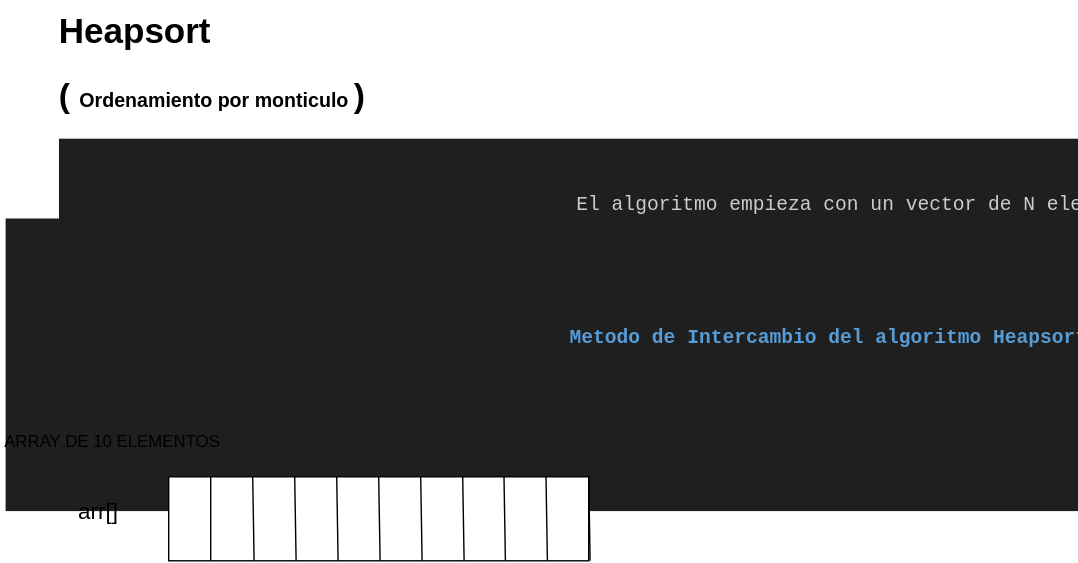
The draw.io diagram Algoritmos/Heapsort/Heapsort.drawio.svg in Nordcode-cyber/Algoritmos-Estructdatos, before a commit. Source tidied: cells renumbered, new cells last; positions are measured from the earlier drawing's top-left corner, leaving out a move shared by most shapes. Its diagram source:
```xml
<mxGraphModel>
  <root>
    <mxCell id="0" />
    <mxCell id="1" parent="0" />
    <mxCell id="2" value="&lt;h1 style=&quot;margin-top: 0px;&quot;&gt;&amp;nbsp; &amp;nbsp; &amp;nbsp; &amp;nbsp; &amp;nbsp; &amp;nbsp; &amp;nbsp; &amp;nbsp; &amp;nbsp; &amp;nbsp; &amp;nbsp; &amp;nbsp;&lt;font style=&quot;font-size: 25px;&quot;&gt;Heapsort&lt;/font&gt;&lt;/h1&gt;&lt;h1 style=&quot;margin-top: 0px;&quot;&gt;&amp;nbsp; &amp;nbsp; &amp;nbsp; &amp;nbsp; &amp;nbsp; &amp;nbsp; &amp;nbsp; &amp;nbsp; (&lt;font style=&quot;font-size: 14px;&quot;&gt;Ordenamiento por monticulo&lt;/font&gt;)&lt;/h1&gt;&lt;div style=&quot;color: rgb(204, 204, 204); background-color: rgb(31, 31, 31); font-family: Consolas, &amp;quot;Courier New&amp;quot;, monospace; font-size: 14px; line-height: 19px; white-space: pre;&quot;&gt;&lt;span style=&quot;color: rgb(204, 204, 204);&quot;&gt;El algoritmo empieza con un vector de N elementos que no cumple la condición de montículo. Lo&lt;/span&gt;&lt;/div&gt;&lt;div style=&quot;color: rgb(204, 204, 204); background-color: rgb(31, 31, 31); font-family: Consolas, &amp;quot;Courier New&amp;quot;, monospace; font-size: 14px; line-height: 19px; white-space: pre;&quot;&gt;&lt;span style=&quot;color: rgb(204, 204, 204);&quot;&gt; primero que hace el algoritmo es construir el montículo de partida. &lt;/span&gt;&lt;/div&gt;&lt;div style=&quot;color: rgb(204, 204, 204); background-color: rgb(31, 31, 31); font-family: Consolas, &amp;quot;Courier New&amp;quot;, monospace; font-size: 14px; line-height: 19px; white-space: pre;&quot;&gt;&lt;span style=&quot;color: rgb(204, 204, 204);&quot;&gt;Para ello, considera el montículo como una estructura recursiva. &lt;/span&gt;&lt;/div&gt;&lt;div style=&quot;color: rgb(204, 204, 204); background-color: rgb(31, 31, 31); font-family: Consolas, &amp;quot;Courier New&amp;quot;, monospace; font-size: 14px; line-height: 19px; white-space: pre;&quot;&gt;&lt;span style=&quot;color: rgb(204, 204, 204);&quot;&gt;Se puede considerar que los nodos del montículo del último nivel del árbol son cada uno un, &lt;/span&gt;&lt;/div&gt;&lt;div style=&quot;color: rgb(204, 204, 204); background-color: rgb(31, 31, 31); font-family: Consolas, &amp;quot;Courier New&amp;quot;, monospace; font-size: 14px; line-height: 19px; white-space: pre;&quot;&gt;&lt;span style=&quot;color: rgb(204, 204, 204);&quot;&gt;sub montículo de 1 nodo. Subiendo un nivel en el árbol, cada nodo es la raíz de un árbol que,&lt;/span&gt;&lt;/div&gt;&lt;div style=&quot;color: rgb(204, 204, 204); background-color: rgb(31, 31, 31); font-family: Consolas, &amp;quot;Courier New&amp;quot;, monospace; font-size: 14px; line-height: 19px; white-space: pre;&quot;&gt;&lt;span style=&quot;color: rgb(204, 204, 204);&quot;&gt; cumple la condición del montículo, excepto, quizás, en la raíz (su rama izquierda y derecha &lt;/span&gt;&lt;/div&gt;&lt;div style=&quot;color: rgb(204, 204, 204); background-color: rgb(31, 31, 31); font-family: Consolas, &amp;quot;Courier New&amp;quot;, monospace; font-size: 14px; line-height: 19px; white-space: pre;&quot;&gt;&lt;span style=&quot;color: rgb(204, 204, 204);&quot;&gt;cumplen la condición, ya que se está construyendo de abajo a arriba)&lt;/span&gt;&lt;/div&gt;" style="text;html=1;whiteSpace=wrap;overflow=hidden;rounded=0;" parent="1" vertex="1">
      <mxGeometry x="40" width="730" height="210" as="geometry" />
    </mxCell>
    <mxCell id="3" value="&lt;div style=&quot;color: rgb(204, 204, 204); background-color: rgb(31, 31, 31); font-family: Consolas, &amp;quot;Courier New&amp;quot;, monospace; font-size: 14px; line-height: 19px; white-space: pre;&quot;&gt;&lt;div&gt;&lt;span style=&quot;color: #569cd6;font-weight: bold;&quot;&gt;&amp;nbsp;Metodo de Intercambio del algoritmo Heapsort&lt;/span&gt;&lt;/div&gt;&lt;br&gt;&lt;/div&gt;" style="text;html=1;align=center;verticalAlign=middle;whiteSpace=wrap;rounded=0;" parent="1" vertex="1">
      <mxGeometry x="150" y="230" width="480" height="60" as="geometry" />
    </mxCell>
    <mxCell id="4" value="ARRAY DE 10 ELEMENTOS" style="text;html=1;align=center;verticalAlign=middle;whiteSpace=wrap;rounded=0;" parent="1" vertex="1">
      <mxGeometry y="300" width="160" height="30" as="geometry" />
    </mxCell>
    <mxCell id="5" value="&lt;font style=&quot;color: light-dark(rgb(0, 0, 0), rgb(204, 0, 0)); font-size: 16px;&quot;&gt;arr[]&lt;/font&gt;" style="text;html=1;align=center;verticalAlign=middle;whiteSpace=wrap;rounded=0;" parent="1" vertex="1">
      <mxGeometry x="40" y="350" width="60" height="30" as="geometry" />
    </mxCell>
    <mxCell id="6" style="rounded=0;whiteSpace=wrap;html=1;" parent="1" vertex="1">
      <mxGeometry x="120" y="340" width="300" height="60" as="geometry" />
    </mxCell>
    <mxCell id="7" style="endArrow=none;html=1;" parent="1" edge="1">
      <mxGeometry relative="1" as="geometry">
        <mxPoint x="150" y="400" as="sourcePoint" />
        <mxPoint x="150" y="340" as="targetPoint" />
      </mxGeometry>
    </mxCell>
    <mxCell id="8" style="endArrow=none;html=1;exitX=0.065;exitY=1;exitDx=0;exitDy=0;exitPerimeter=0;" parent="1" edge="1">
      <mxGeometry relative="1" as="geometry">
        <mxPoint x="181" y="400" as="sourcePoint" />
        <mxPoint x="180" y="340" as="targetPoint" />
      </mxGeometry>
    </mxCell>
    <mxCell id="9" style="endArrow=none;html=1;exitX=0.065;exitY=1;exitDx=0;exitDy=0;exitPerimeter=0;" parent="1" edge="1">
      <mxGeometry relative="1" as="geometry">
        <mxPoint x="211" y="400" as="sourcePoint" />
        <mxPoint x="210" y="340" as="targetPoint" />
      </mxGeometry>
    </mxCell>
    <mxCell id="10" style="endArrow=none;html=1;exitX=0.065;exitY=1;exitDx=0;exitDy=0;exitPerimeter=0;" parent="1" edge="1">
      <mxGeometry relative="1" as="geometry">
        <mxPoint x="241" y="400" as="sourcePoint" />
        <mxPoint x="240" y="340" as="targetPoint" />
      </mxGeometry>
    </mxCell>
    <mxCell id="11" style="endArrow=none;html=1;exitX=0.065;exitY=1;exitDx=0;exitDy=0;exitPerimeter=0;" parent="1" edge="1">
      <mxGeometry relative="1" as="geometry">
        <mxPoint x="271" y="400" as="sourcePoint" />
        <mxPoint x="270" y="340" as="targetPoint" />
      </mxGeometry>
    </mxCell>
    <mxCell id="12" style="endArrow=none;html=1;exitX=0.065;exitY=1;exitDx=0;exitDy=0;exitPerimeter=0;" parent="1" edge="1">
      <mxGeometry relative="1" as="geometry">
        <mxPoint x="301" y="400" as="sourcePoint" />
        <mxPoint x="300" y="340" as="targetPoint" />
      </mxGeometry>
    </mxCell>
    <mxCell id="13" style="endArrow=none;html=1;exitX=0.065;exitY=1;exitDx=0;exitDy=0;exitPerimeter=0;" parent="1" edge="1">
      <mxGeometry relative="1" as="geometry">
        <mxPoint x="331" y="400" as="sourcePoint" />
        <mxPoint x="330" y="340" as="targetPoint" />
      </mxGeometry>
    </mxCell>
    <mxCell id="14" style="endArrow=none;html=1;exitX=0.065;exitY=1;exitDx=0;exitDy=0;exitPerimeter=0;" parent="1" edge="1">
      <mxGeometry relative="1" as="geometry">
        <mxPoint x="360.5" y="400" as="sourcePoint" />
        <mxPoint x="359.5" y="340" as="targetPoint" />
      </mxGeometry>
    </mxCell>
    <mxCell id="15" style="endArrow=none;html=1;exitX=0.065;exitY=1;exitDx=0;exitDy=0;exitPerimeter=0;" parent="1" edge="1">
      <mxGeometry relative="1" as="geometry">
        <mxPoint x="390.5" y="400" as="sourcePoint" />
        <mxPoint x="389.5" y="340" as="targetPoint" />
      </mxGeometry>
    </mxCell>
    <mxCell id="16" style="endArrow=none;html=1;exitX=0.065;exitY=1;exitDx=0;exitDy=0;exitPerimeter=0;" parent="1" edge="1">
      <mxGeometry relative="1" as="geometry">
        <mxPoint x="421" y="400" as="sourcePoint" />
        <mxPoint x="420" y="340" as="targetPoint" />
      </mxGeometry>
    </mxCell>
  </root>
</mxGraphModel>
```
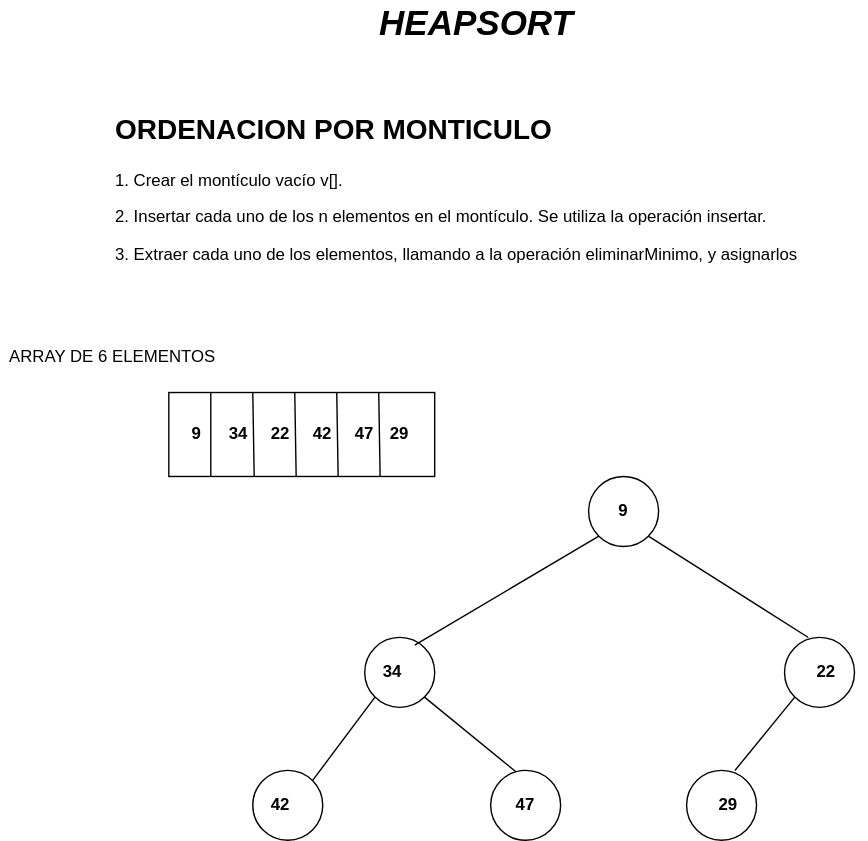
After the change.

Diff of the diagram source:
```diff
@@ -2,21 +2,9 @@
   <root>
     <mxCell id="0" />
     <mxCell id="1" parent="0" />
-    <mxCell id="2" value="&lt;h1 style=&quot;margin-top: 0px;&quot;&gt;&amp;nbsp; &amp;nbsp; &amp;nbsp; &amp;nbsp; &amp;nbsp; &amp;nbsp; &amp;nbsp; &amp;nbsp; &amp;nbsp; &amp;nbsp; &amp;nbsp; &amp;nbsp;&lt;font style=&quot;font-size: 25px;&quot;&gt;Heapsort&lt;/font&gt;&lt;/h1&gt;&lt;h1 style=&quot;margin-top: 0px;&quot;&gt;&amp;nbsp; &amp;nbsp; &amp;nbsp; &amp;nbsp; &amp;nbsp; &amp;nbsp; &amp;nbsp; &amp;nbsp; (&lt;font style=&quot;font-size: 14px;&quot;&gt;Ordenamiento por monticulo&lt;/font&gt;)&lt;/h1&gt;&lt;div style=&quot;color: rgb(204, 204, 204); background-color: rgb(31, 31, 31); font-family: Consolas, &amp;quot;Courier New&amp;quot;, monospace; font-size: 14px; line-height: 19px; white-space: pre;&quot;&gt;&lt;span style=&quot;color: rgb(204, 204, 204);&quot;&gt;El algoritmo empieza con un vector de N elementos que no cumple la condición de montículo. Lo&lt;/span&gt;&lt;/div&gt;&lt;div style=&quot;color: rgb(204, 204, 204); background-color: rgb(31, 31, 31); font-family: Consolas, &amp;quot;Courier New&amp;quot;, monospace; font-size: 14px; line-height: 19px; white-space: pre;&quot;&gt;&lt;span style=&quot;color: rgb(204, 204, 204);&quot;&gt; primero que hace el algoritmo es construir el montículo de partida. &lt;/span&gt;&lt;/div&gt;&lt;div style=&quot;color: rgb(204, 204, 204); background-color: rgb(31, 31, 31); font-family: Consolas, &amp;quot;Courier New&amp;quot;, monospace; font-size: 14px; line-height: 19px; white-space: pre;&quot;&gt;&lt;span style=&quot;color: rgb(204, 204, 204);&quot;&gt;Para ello, considera el montículo como una estructura recursiva. &lt;/span&gt;&lt;/div&gt;&lt;div style=&quot;color: rgb(204, 204, 204); background-color: rgb(31, 31, 31); font-family: Consolas, &amp;quot;Courier New&amp;quot;, monospace; font-size: 14px; line-height: 19px; white-space: pre;&quot;&gt;&lt;span style=&quot;color: rgb(204, 204, 204);&quot;&gt;Se puede considerar que los nodos del montículo del último nivel del árbol son cada uno un, &lt;/span&gt;&lt;/div&gt;&lt;div style=&quot;color: rgb(204, 204, 204); background-color: rgb(31, 31, 31); font-family: Consolas, &amp;quot;Courier New&amp;quot;, monospace; font-size: 14px; line-height: 19px; white-space: pre;&quot;&gt;&lt;span style=&quot;color: rgb(204, 204, 204);&quot;&gt;sub montículo de 1 nodo. Subiendo un nivel en el árbol, cada nodo es la raíz de un árbol que,&lt;/span&gt;&lt;/div&gt;&lt;div style=&quot;color: rgb(204, 204, 204); background-color: rgb(31, 31, 31); font-family: Consolas, &amp;quot;Courier New&amp;quot;, monospace; font-size: 14px; line-height: 19px; white-space: pre;&quot;&gt;&lt;span style=&quot;color: rgb(204, 204, 204);&quot;&gt; cumple la condición del montículo, excepto, quizás, en la raíz (su rama izquierda y derecha &lt;/span&gt;&lt;/div&gt;&lt;div style=&quot;color: rgb(204, 204, 204); background-color: rgb(31, 31, 31); font-family: Consolas, &amp;quot;Courier New&amp;quot;, monospace; font-size: 14px; line-height: 19px; white-space: pre;&quot;&gt;&lt;span style=&quot;color: rgb(204, 204, 204);&quot;&gt;cumplen la condición, ya que se está construyendo de abajo a arriba)&lt;/span&gt;&lt;/div&gt;" style="text;html=1;whiteSpace=wrap;overflow=hidden;rounded=0;" parent="1" vertex="1">
-      <mxGeometry x="40" width="730" height="210" as="geometry" />
-    </mxCell>
-    <mxCell id="3" value="&lt;div style=&quot;color: rgb(204, 204, 204); background-color: rgb(31, 31, 31); font-family: Consolas, &amp;quot;Courier New&amp;quot;, monospace; font-size: 14px; line-height: 19px; white-space: pre;&quot;&gt;&lt;div&gt;&lt;span style=&quot;color: #569cd6;font-weight: bold;&quot;&gt;&amp;nbsp;Metodo de Intercambio del algoritmo Heapsort&lt;/span&gt;&lt;/div&gt;&lt;br&gt;&lt;/div&gt;" style="text;html=1;align=center;verticalAlign=middle;whiteSpace=wrap;rounded=0;" parent="1" vertex="1">
-      <mxGeometry x="150" y="230" width="480" height="60" as="geometry" />
-    </mxCell>
-    <mxCell id="4" value="ARRAY DE 10 ELEMENTOS" style="text;html=1;align=center;verticalAlign=middle;whiteSpace=wrap;rounded=0;" parent="1" vertex="1">
+    <mxCell id="4" value="ARRAY DE 6 ELEMENTOS" style="text;html=1;align=center;verticalAlign=middle;whiteSpace=wrap;rounded=0;" parent="1" vertex="1">
       <mxGeometry y="300" width="160" height="30" as="geometry" />
     </mxCell>
-    <mxCell id="5" value="&lt;font style=&quot;color: light-dark(rgb(0, 0, 0), rgb(204, 0, 0)); font-size: 16px;&quot;&gt;arr[]&lt;/font&gt;" style="text;html=1;align=center;verticalAlign=middle;whiteSpace=wrap;rounded=0;" parent="1" vertex="1">
-      <mxGeometry x="40" y="350" width="60" height="30" as="geometry" />
-    </mxCell>
-    <mxCell id="6" style="rounded=0;whiteSpace=wrap;html=1;" parent="1" vertex="1">
-      <mxGeometry x="120" y="340" width="300" height="60" as="geometry" />
-    </mxCell>
     <mxCell id="7" style="endArrow=none;html=1;" parent="1" edge="1">
       <mxGeometry relative="1" as="geometry">
         <mxPoint x="150" y="400" as="sourcePoint" />
@@ -47,35 +35,83 @@
         <mxPoint x="270" y="340" as="targetPoint" />
       </mxGeometry>
     </mxCell>
-    <mxCell id="12" style="endArrow=none;html=1;exitX=0.065;exitY=1;exitDx=0;exitDy=0;exitPerimeter=0;" parent="1" edge="1">
-      <mxGeometry relative="1" as="geometry">
-        <mxPoint x="301" y="400" as="sourcePoint" />
-        <mxPoint x="300" y="340" as="targetPoint" />
-      </mxGeometry>
-    </mxCell>
-    <mxCell id="13" style="endArrow=none;html=1;exitX=0.065;exitY=1;exitDx=0;exitDy=0;exitPerimeter=0;" parent="1" edge="1">
-      <mxGeometry relative="1" as="geometry">
-        <mxPoint x="331" y="400" as="sourcePoint" />
-        <mxPoint x="330" y="340" as="targetPoint" />
-      </mxGeometry>
-    </mxCell>
-    <mxCell id="14" style="endArrow=none;html=1;exitX=0.065;exitY=1;exitDx=0;exitDy=0;exitPerimeter=0;" parent="1" edge="1">
-      <mxGeometry relative="1" as="geometry">
-        <mxPoint x="360.5" y="400" as="sourcePoint" />
-        <mxPoint x="359.5" y="340" as="targetPoint" />
-      </mxGeometry>
-    </mxCell>
-    <mxCell id="15" style="endArrow=none;html=1;exitX=0.065;exitY=1;exitDx=0;exitDy=0;exitPerimeter=0;" parent="1" edge="1">
-      <mxGeometry relative="1" as="geometry">
-        <mxPoint x="390.5" y="400" as="sourcePoint" />
-        <mxPoint x="389.5" y="340" as="targetPoint" />
-      </mxGeometry>
-    </mxCell>
-    <mxCell id="16" style="endArrow=none;html=1;exitX=0.065;exitY=1;exitDx=0;exitDy=0;exitPerimeter=0;" parent="1" edge="1">
-      <mxGeometry relative="1" as="geometry">
-        <mxPoint x="421" y="400" as="sourcePoint" />
-        <mxPoint x="420" y="340" as="targetPoint" />
-      </mxGeometry>
-    </mxCell>
+    <mxCell id="17" value="&lt;font style=&quot;font-size: 25px;&quot;&gt;&lt;b style=&quot;&quot;&gt;&lt;i style=&quot;&quot;&gt;HEAPSORT&lt;/i&gt;&lt;/b&gt;&lt;/font&gt;" style="text;html=1;align=center;verticalAlign=middle;whiteSpace=wrap;rounded=0;" parent="1" vertex="1">
+      <mxGeometry x="250" y="60" width="180" height="30" as="geometry" />
+    </mxCell>
+    <mxCell id="18" style="rounded=0;whiteSpace=wrap;html=1;fillColor=none;" parent="1" vertex="1">
+      <mxGeometry x="120" y="340" width="190" height="60" as="geometry" />
+    </mxCell>
+    <mxCell id="19" value="&lt;h1 style=&quot;margin-top: 0px;&quot;&gt;&lt;font style=&quot;font-size: 20px;&quot;&gt;ORDENACION POR MONTICULO&lt;/font&gt;&lt;/h1&gt;&lt;p class=&quot;MsoNormal&quot;&gt;&lt;span lang=&quot;ES&quot;&gt;1. Crear el&amp;nbsp;montículo vacío v[].&lt;/span&gt;&lt;/p&gt;&lt;p class=&quot;MsoNormal&quot;&gt;&lt;span lang=&quot;ES&quot;&gt;2. Insertar cada uno de los n elementos en el montículo. Se utiliza la operación insertar.&lt;/span&gt;&lt;/p&gt;&lt;p class=&quot;MsoNormal&quot;&gt;&lt;span lang=&quot;ES&quot;&gt;3. Extraer cada&amp;nbsp;uno de los elementos, llamando a la operación eliminarMinimo, y asignarlos&lt;/span&gt;&lt;/p&gt;&lt;p&gt;&lt;br&gt;&lt;br&gt;&lt;br&gt;&lt;br&gt;&lt;br&gt;&lt;br&gt;&lt;/p&gt;&lt;p class=&quot;MsoNormal&quot;&gt;al array auxiliar w[].&lt;/p&gt;" style="text;html=1;whiteSpace=wrap;overflow=hidden;rounded=0;" parent="1" vertex="1">
+      <mxGeometry x="80" y="130" width="510" height="160" as="geometry" />
+    </mxCell>
+    <mxCell id="20" style="ellipse;whiteSpace=wrap;html=1;fillColor=none;" parent="1" vertex="1">
+      <mxGeometry x="420" y="400" width="50" height="50" as="geometry" />
+    </mxCell>
+    <mxCell id="21" style="ellipse;whiteSpace=wrap;html=1;fillColor=none;" parent="1" vertex="1">
+      <mxGeometry x="260" y="515" width="50" height="50" as="geometry" />
+    </mxCell>
+    <mxCell id="22" style="endArrow=none;html=1;entryX=0;entryY=1;entryDx=0;entryDy=0;exitX=0.715;exitY=0.109;exitDx=0;exitDy=0;exitPerimeter=0;" parent="1" edge="1" source="21" target="20">
+      <mxGeometry relative="1" as="geometry" />
+    </mxCell>
+    <mxCell id="23" style="ellipse;whiteSpace=wrap;html=1;fillColor=none;" parent="1" vertex="1">
+      <mxGeometry x="560" y="515" width="50" height="50" as="geometry" />
+    </mxCell>
+    <mxCell id="24" style="endArrow=none;html=1;entryX=1;entryY=1;entryDx=0;entryDy=0;exitX=0.34;exitY=0.001;exitDx=0;exitDy=0;exitPerimeter=0;" parent="1" edge="1" source="23" target="20">
+      <mxGeometry relative="1" as="geometry" />
+    </mxCell>
+    <mxCell id="25" style="ellipse;whiteSpace=wrap;html=1;fillColor=none;" parent="1" vertex="1">
+      <mxGeometry x="180" y="610" width="50" height="50" as="geometry" />
+    </mxCell>
+    <mxCell id="26" style="ellipse;whiteSpace=wrap;html=1;fillColor=none;" parent="1" vertex="1">
+      <mxGeometry x="350" y="610" width="50" height="50" as="geometry" />
+    </mxCell>
+    <mxCell id="27" style="ellipse;whiteSpace=wrap;html=1;fillColor=none;" parent="1" vertex="1">
+      <mxGeometry x="490" y="610" width="50" height="50" as="geometry" />
+    </mxCell>
+    <mxCell id="28" style="endArrow=none;html=1;entryX=0;entryY=1;entryDx=0;entryDy=0;exitX=1;exitY=0;exitDx=0;exitDy=0;" parent="1" edge="1" source="25" target="21">
+      <mxGeometry relative="1" as="geometry" />
+    </mxCell>
+    <mxCell id="29" style="endArrow=none;html=1;entryX=1;entryY=1;entryDx=0;entryDy=0;exitX=0.361;exitY=0.021;exitDx=0;exitDy=0;exitPerimeter=0;" parent="1" edge="1" source="26" target="21">
+      <mxGeometry relative="1" as="geometry" />
+    </mxCell>
+    <mxCell id="30" style="endArrow=none;html=1;entryX=0;entryY=1;entryDx=0;entryDy=0;exitX=0.691;exitY=0.002;exitDx=0;exitDy=0;exitPerimeter=0;" parent="1" edge="1" source="27" target="23">
+      <mxGeometry relative="1" as="geometry" />
+    </mxCell>
+    <mxCell id="31" value="&lt;b&gt;&lt;font style=&quot;color: light-dark(rgb(0, 0, 0), rgb(0, 0, 255));&quot;&gt;9&lt;/font&gt;&lt;/b&gt;" style="text;html=1;align=center;verticalAlign=middle;whiteSpace=wrap;rounded=0;" parent="1" vertex="1">
+      <mxGeometry x="415" y="410" width="60" height="30" as="geometry" />
+    </mxCell>
+    <mxCell id="32" value="&lt;b&gt;&lt;font style=&quot;color: light-dark(rgb(0, 0, 0), rgb(0, 0, 255));&quot;&gt;34&lt;/font&gt;&lt;/b&gt;" style="text;html=1;align=center;verticalAlign=middle;whiteSpace=wrap;rounded=0;" parent="1" vertex="1">
+      <mxGeometry x="250" y="525" width="60" height="30" as="geometry" />
+    </mxCell>
+    <mxCell id="33" value="&lt;b&gt;&lt;font style=&quot;color: light-dark(rgb(0, 0, 0), rgb(0, 0, 255));&quot;&gt;22&lt;/font&gt;&lt;/b&gt;" style="text;html=1;align=center;verticalAlign=middle;whiteSpace=wrap;rounded=0;" parent="1" vertex="1">
+      <mxGeometry x="560" y="525" width="60" height="30" as="geometry" />
+    </mxCell>
+    <mxCell id="34" value="&lt;b&gt;&lt;font style=&quot;color: light-dark(rgb(0, 0, 0), rgb(0, 0, 255));&quot;&gt;42&lt;/font&gt;&lt;/b&gt;" style="text;html=1;align=center;verticalAlign=middle;whiteSpace=wrap;rounded=0;" parent="1" vertex="1">
+      <mxGeometry x="170" y="620" width="60" height="30" as="geometry" />
+    </mxCell>
+    <mxCell id="35" value="&lt;b&gt;&lt;font style=&quot;color: light-dark(rgb(0, 0, 0), rgb(0, 0, 255));&quot;&gt;47&lt;/font&gt;&lt;/b&gt;" style="text;html=1;align=center;verticalAlign=middle;whiteSpace=wrap;rounded=0;" parent="1" vertex="1">
+      <mxGeometry x="345" y="620" width="60" height="30" as="geometry" />
+    </mxCell>
+    <mxCell id="36" value="&lt;b&gt;&lt;font style=&quot;color: light-dark(rgb(0, 0, 0), rgb(0, 0, 255));&quot;&gt;29&lt;/font&gt;&lt;/b&gt;" style="text;html=1;align=center;verticalAlign=middle;whiteSpace=wrap;rounded=0;" parent="1" vertex="1">
+      <mxGeometry x="490" y="620" width="60" height="30" as="geometry" />
+    </mxCell>
+    <mxCell id="37" value="&lt;b&gt;&lt;font style=&quot;color: light-dark(rgb(0, 0, 0), rgb(0, 0, 255));&quot;&gt;9&lt;/font&gt;&lt;/b&gt;" style="text;html=1;align=center;verticalAlign=middle;whiteSpace=wrap;rounded=0;" parent="1" vertex="1">
+      <mxGeometry x="110" y="355" width="60" height="30" as="geometry" />
+    </mxCell>
+    <mxCell id="38" value="&lt;b&gt;&lt;font style=&quot;color: light-dark(rgb(0, 0, 0), rgb(0, 0, 255));&quot;&gt;34&lt;/font&gt;&lt;/b&gt;" style="text;html=1;align=center;verticalAlign=middle;whiteSpace=wrap;rounded=0;" parent="1" vertex="1">
+      <mxGeometry x="140" y="355" width="60" height="30" as="geometry" />
+    </mxCell>
+    <mxCell id="39" value="&lt;b&gt;&lt;font style=&quot;color: light-dark(rgb(0, 0, 0), rgb(0, 0, 255));&quot;&gt;22&lt;/font&gt;&lt;/b&gt;" style="text;html=1;align=center;verticalAlign=middle;whiteSpace=wrap;rounded=0;" parent="1" vertex="1">
+      <mxGeometry x="170" y="355" width="60" height="30" as="geometry" />
+    </mxCell>
+    <mxCell id="40" value="&lt;b&gt;&lt;font style=&quot;color: light-dark(rgb(0, 0, 0), rgb(0, 0, 255));&quot;&gt;42&lt;/font&gt;&lt;/b&gt;" style="text;html=1;align=center;verticalAlign=middle;whiteSpace=wrap;rounded=0;" parent="1" vertex="1">
+      <mxGeometry x="200" y="355" width="60" height="30" as="geometry" />
+    </mxCell>
+    <mxCell id="41" value="&lt;b&gt;&lt;font style=&quot;color: light-dark(rgb(0, 0, 0), rgb(0, 0, 255));&quot;&gt;47&lt;/font&gt;&lt;/b&gt;" style="text;html=1;align=center;verticalAlign=middle;whiteSpace=wrap;rounded=0;" parent="1" vertex="1">
+      <mxGeometry x="230" y="355" width="60" height="30" as="geometry" />
+    </mxCell>
+    <mxCell id="42" value="&lt;b&gt;&lt;font style=&quot;color: light-dark(rgb(0, 0, 0), rgb(0, 0, 255));&quot;&gt;29&lt;/font&gt;&lt;/b&gt;" style="text;html=1;align=center;verticalAlign=middle;whiteSpace=wrap;rounded=0;" parent="1" vertex="1">
+      <mxGeometry x="255" y="355" width="60" height="30" as="geometry" />
+    </mxCell>
   </root>
 </mxGraphModel>
```
